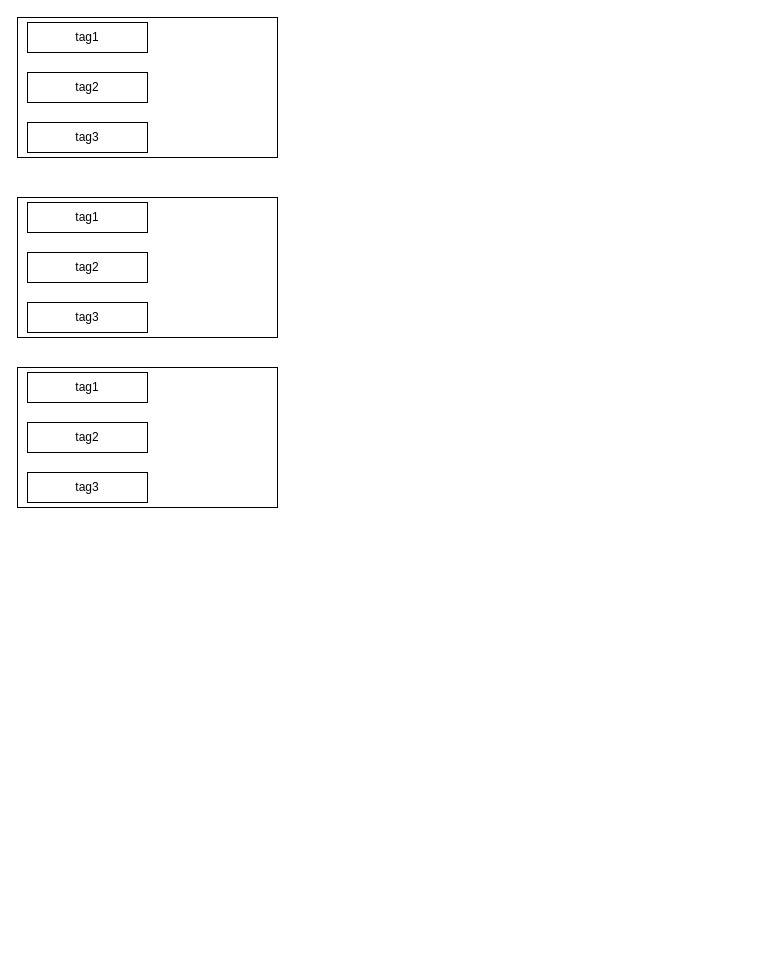
Above: 未命名绘图.drawio in jettzhan/drawio_repo (draw.io), before the change. Source tidied: cells renumbered, new cells numbered last; positions are measured from the earlier drawing's top-left corner, leaving out a move shared by most shapes. Both pictures are drawn from the tidied source at 100%, with x=0, y=0 at pixel (17, 17).
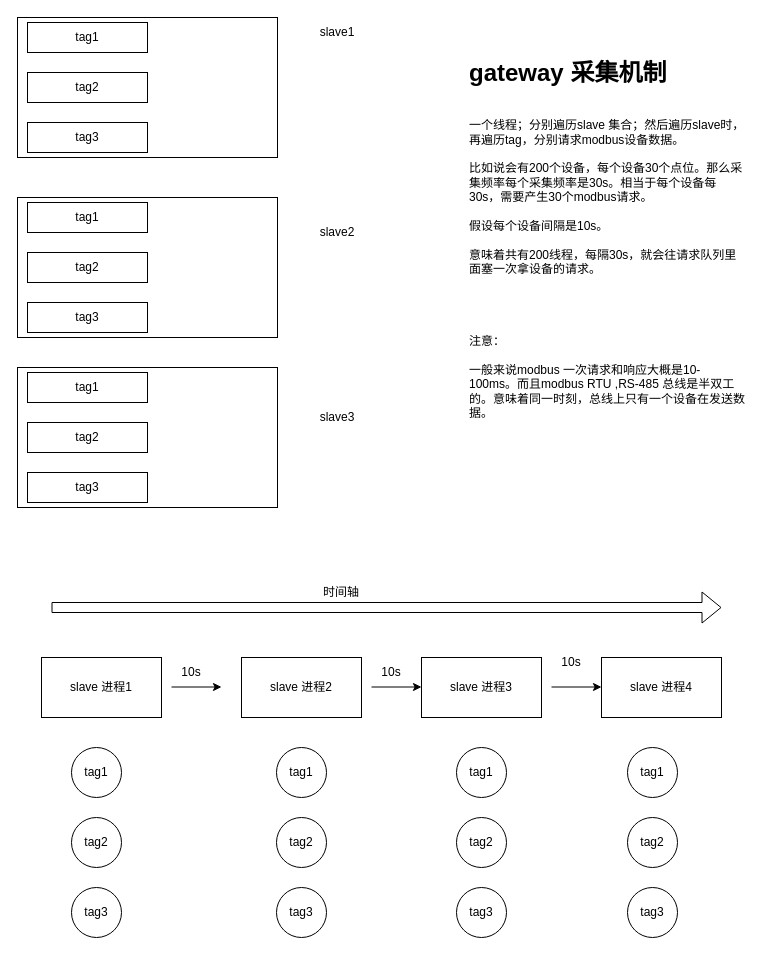
The same diagram, later.

Commit message:
记录gateway采集modbus配置时间

The edit, as a diff of the source:
```diff
@@
+    <mxCell id="14" value="slave1" style="text;html=1;whiteSpace=wrap;strokeColor=none;fillColor=none;align=center;verticalAlign=middle;rounded=0;" parent="1" vertex="1">
+      <mxGeometry x="290" width="60" height="30" as="geometry" />
+    </mxCell>
+    <mxCell id="15" value="slave2" style="text;html=1;whiteSpace=wrap;strokeColor=none;fillColor=none;align=center;verticalAlign=middle;rounded=0;" parent="1" vertex="1">
+      <mxGeometry x="290" y="200" width="60" height="30" as="geometry" />
+    </mxCell>
+    <mxCell id="16" value="slave3" style="text;html=1;whiteSpace=wrap;strokeColor=none;fillColor=none;align=center;verticalAlign=middle;rounded=0;" parent="1" vertex="1">
+      <mxGeometry x="290" y="385" width="60" height="30" as="geometry" />
+    </mxCell>
+    <mxCell id="17" value="&lt;h1 style=&quot;margin-top: 0px;&quot;&gt;gateway 采集机制&lt;/h1&gt;&lt;div&gt;&lt;br&gt;&lt;/div&gt;&lt;div&gt;一个线程；分别遍历slave 集合；然后遍历slave时，再遍历tag，分别请求modbus设备数据。&lt;/div&gt;&lt;div&gt;&lt;br&gt;&lt;/div&gt;&lt;div&gt;比如说会有200个设备，每个设备30个点位。那么采集频率每个采集频率是30s。相当于每个设备每30s，需要产生30个modbus请求。&lt;br&gt;&lt;br&gt;假设每个设备间隔是10s。&lt;br&gt;&lt;br&gt;意味着共有200线程，每隔30s，就会往请求队列里面塞一次拿设备的请求。&lt;br&gt;&lt;br&gt;&lt;br&gt;&lt;br&gt;&lt;br&gt;注意：&lt;/div&gt;&lt;div&gt;&lt;br&gt;&lt;/div&gt;&lt;div&gt;一般来说modbus 一次请求和响应大概是10-100ms。而且modbus RTU ,RS-485 总线是半双工的。意味着同一时刻，总线上只有一个设备在发送数据。&lt;br&gt;&lt;br&gt;&lt;br&gt;&lt;/div&gt;" style="text;html=1;whiteSpace=wrap;overflow=hidden;rounded=0;" parent="1" vertex="1">
+      <mxGeometry x="450" y="35" width="280" height="415" as="geometry" />
+    </mxCell>
+    <mxCell id="18" value="slave 进程1" style="rounded=0;whiteSpace=wrap;html=1;" parent="1" vertex="1">
+      <mxGeometry x="24" y="640" width="120" height="60" as="geometry" />
+    </mxCell>
+    <mxCell id="19" value="slave 进程2" style="rounded=0;whiteSpace=wrap;html=1;" parent="1" vertex="1">
+      <mxGeometry x="224" y="640" width="120" height="60" as="geometry" />
+    </mxCell>
+    <mxCell id="20" value="slave 进程3" style="rounded=0;whiteSpace=wrap;html=1;" parent="1" vertex="1">
+      <mxGeometry x="404" y="640" width="120" height="60" as="geometry" />
+    </mxCell>
+    <mxCell id="21" value="slave 进程4" style="rounded=0;whiteSpace=wrap;html=1;" parent="1" vertex="1">
+      <mxGeometry x="584" y="640" width="120" height="60" as="geometry" />
+    </mxCell>
+    <mxCell id="22" style="endArrow=classic;html=1;rounded=0;" parent="1" edge="1">
+      <mxGeometry relative="1" as="geometry">
+        <mxPoint x="154" y="669.5" as="sourcePoint" />
+        <mxPoint x="204" y="669.5" as="targetPoint" />
+      </mxGeometry>
+    </mxCell>
+    <mxCell id="23" style="endArrow=classic;html=1;rounded=0;" parent="1" edge="1">
+      <mxGeometry relative="1" as="geometry">
+        <mxPoint x="354" y="669.5" as="sourcePoint" />
+        <mxPoint x="404" y="669.5" as="targetPoint" />
+      </mxGeometry>
+    </mxCell>
+    <mxCell id="24" style="endArrow=classic;html=1;rounded=0;" parent="1" edge="1">
+      <mxGeometry relative="1" as="geometry">
+        <mxPoint x="534" y="669.5" as="sourcePoint" />
+        <mxPoint x="584" y="669.5" as="targetPoint" />
+      </mxGeometry>
+    </mxCell>
+    <mxCell id="25" value="10s" style="text;html=1;whiteSpace=wrap;strokeColor=none;fillColor=none;align=center;verticalAlign=middle;rounded=0;" parent="1" vertex="1">
+      <mxGeometry x="144" y="640" width="60" height="30" as="geometry" />
+    </mxCell>
+    <mxCell id="26" value="10s" style="text;html=1;whiteSpace=wrap;strokeColor=none;fillColor=none;align=center;verticalAlign=middle;rounded=0;" parent="1" vertex="1">
+      <mxGeometry x="344" y="640" width="60" height="30" as="geometry" />
+    </mxCell>
+    <mxCell id="27" value="10s" style="text;html=1;whiteSpace=wrap;strokeColor=none;fillColor=none;align=center;verticalAlign=middle;rounded=0;" parent="1" vertex="1">
+      <mxGeometry x="524" y="630" width="60" height="30" as="geometry" />
+    </mxCell>
+    <mxCell id="28" style="shape=flexArrow;endArrow=classic;html=1;rounded=0;" parent="1" edge="1">
+      <mxGeometry relative="1" as="geometry">
+        <mxPoint x="34" y="590" as="sourcePoint" />
+        <mxPoint x="704" y="590" as="targetPoint" />
+      </mxGeometry>
+    </mxCell>
+    <mxCell id="29" value="时间轴" style="text;html=1;whiteSpace=wrap;strokeColor=none;fillColor=none;align=center;verticalAlign=middle;rounded=0;" parent="1" vertex="1">
+      <mxGeometry x="294" y="560" width="60" height="30" as="geometry" />
+    </mxCell>
+    <mxCell id="30" value="tag1" style="ellipse;whiteSpace=wrap;html=1;" parent="1" vertex="1">
+      <mxGeometry x="54" y="730" width="50" height="50" as="geometry" />
+    </mxCell>
+    <mxCell id="31" value="tag2" style="ellipse;whiteSpace=wrap;html=1;" parent="1" vertex="1">
+      <mxGeometry x="54" y="800" width="50" height="50" as="geometry" />
+    </mxCell>
+    <mxCell id="32" value="tag3" style="ellipse;whiteSpace=wrap;html=1;" parent="1" vertex="1">
+      <mxGeometry x="54" y="870" width="50" height="50" as="geometry" />
+    </mxCell>
+    <mxCell id="33" value="tag1" style="ellipse;whiteSpace=wrap;html=1;" parent="1" vertex="1">
+      <mxGeometry x="259" y="730" width="50" height="50" as="geometry" />
+    </mxCell>
+    <mxCell id="34" value="tag2" style="ellipse;whiteSpace=wrap;html=1;" parent="1" vertex="1">
+      <mxGeometry x="259" y="800" width="50" height="50" as="geometry" />
+    </mxCell>
+    <mxCell id="35" value="tag3" style="ellipse;whiteSpace=wrap;html=1;" parent="1" vertex="1">
+      <mxGeometry x="259" y="870" width="50" height="50" as="geometry" />
+    </mxCell>
+    <mxCell id="36" value="tag1" style="ellipse;whiteSpace=wrap;html=1;" parent="1" vertex="1">
+      <mxGeometry x="439" y="730" width="50" height="50" as="geometry" />
+    </mxCell>
+    <mxCell id="37" value="tag2" style="ellipse;whiteSpace=wrap;html=1;" parent="1" vertex="1">
+      <mxGeometry x="439" y="800" width="50" height="50" as="geometry" />
+    </mxCell>
+    <mxCell id="38" value="tag3" style="ellipse;whiteSpace=wrap;html=1;" parent="1" vertex="1">
+      <mxGeometry x="439" y="870" width="50" height="50" as="geometry" />
+    </mxCell>
+    <mxCell id="39" value="tag1" style="ellipse;whiteSpace=wrap;html=1;" parent="1" vertex="1">
+      <mxGeometry x="610" y="730" width="50" height="50" as="geometry" />
+    </mxCell>
+    <mxCell id="40" value="tag2" style="ellipse;whiteSpace=wrap;html=1;" parent="1" vertex="1">
+      <mxGeometry x="610" y="800" width="50" height="50" as="geometry" />
+    </mxCell>
+    <mxCell id="41" value="tag3" style="ellipse;whiteSpace=wrap;html=1;" parent="1" vertex="1">
+      <mxGeometry x="610" y="870" width="50" height="50" as="geometry" />
+    </mxCell>
```
